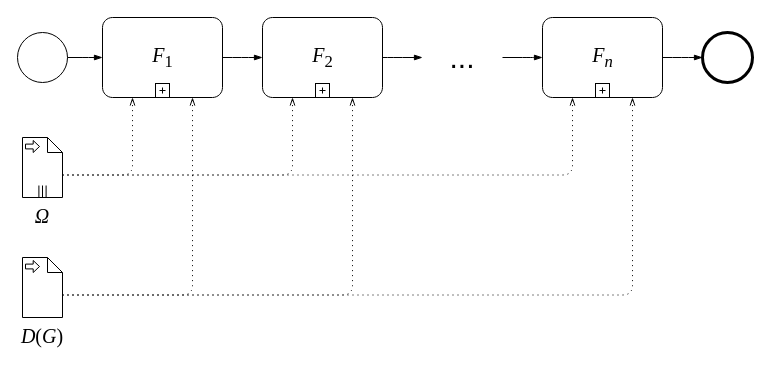
miguel76/know-flow keeps this draw.io diagram as page "seq" (3 of 4) of doc/Paper_BPMN_flow.drawio. Above is the earlier version. Source tidied: cells renumbered, new cells numbered last; positions are measured from the earlier drawing's top-left corner, leaving out a move shared by most shapes. Both pictures are drawn from the tidied source at 100%, with x=0, y=0 at pixel (17, -23).
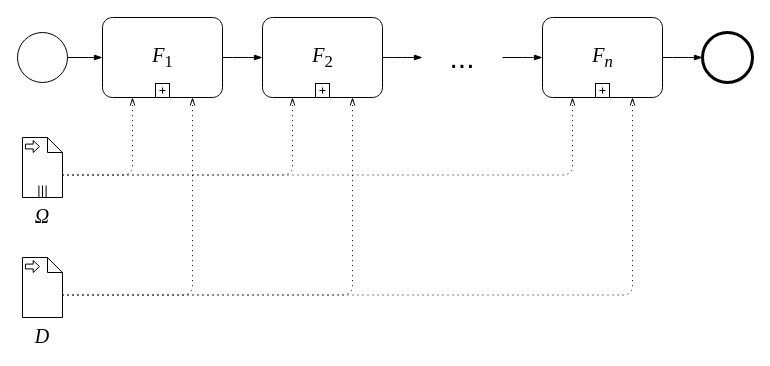
The same page after the edit.

What changed in the source:
```diff
@@
-    <mxCell id="20" value="&lt;i&gt;D&lt;/i&gt;(&lt;i&gt;G&lt;/i&gt;)" style="shape=mxgraph.bpmn.data;labelPosition=center;verticalLabelPosition=bottom;align=center;verticalAlign=top;whiteSpace=wrap;size=15;html=1;bpmnTransferType=input;fontFamily=Times New Roman;fontSize=20;" parent="1" vertex="1">
+    <mxCell id="20" value="&lt;i&gt;D&lt;br&gt;&lt;/i&gt;" style="shape=mxgraph.bpmn.data;labelPosition=center;verticalLabelPosition=bottom;align=center;verticalAlign=top;whiteSpace=wrap;size=15;html=1;bpmnTransferType=input;fontFamily=Times New Roman;fontSize=20;" parent="1" vertex="1">
       <mxGeometry x="5" y="280" width="40" height="60" as="geometry" />
     </mxCell>
```
